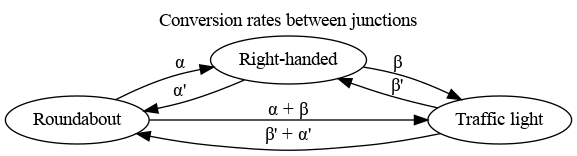
Above: doc/graphs/junctions.png in basictask/TrafficControl (Graphviz), before the change. Its source is kept beside it as doc/graphs/junctions.dot. The source it was exported from:
```dot
digraph "round-table" {
    label = "Conversion rates between junctions"
    labelloc = "top"

    rankdir = "LR"

    roundabout [label="Roundabout"]
    trafficLight [label="Right-handed"]
    rightHand [label="Traffic light"]

    roundabout -> trafficLight [ label="α"]
    trafficLight -> roundabout [ label="α\'"]

    rightHand -> trafficLight [label="β\'"]
    trafficLight -> rightHand [label="β"]

    roundabout -> rightHand [label="α + β"]
    rightHand -> roundabout [label="β\' + α\'"]
}
```
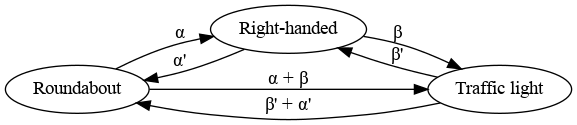
The same diagram one commit later.

Diff of the diagram source:
```diff
@@ -1,6 +1,4 @@
 digraph "round-table" {
-    label = "Conversion rates between junctions"
-    labelloc = "top"
 
     rankdir = "LR"
 
```
